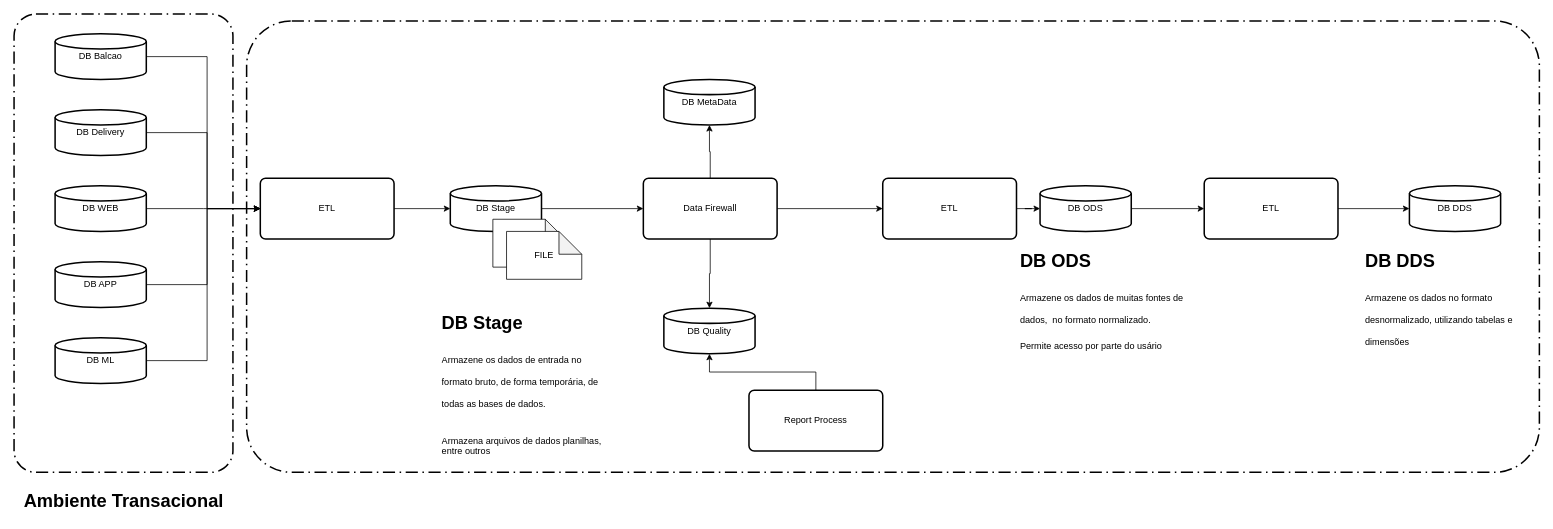
Above: CASES/case1 Data Warehousing.drawio in phCaldas08/diagrams_dw (draw.io), before the change. Source tidied: cells renumbered, new cells numbered last; positions are measured from the earlier drawing's top-left corner, leaving out a move shared by most shapes. Both pictures are drawn from the tidied source at 76%, with x=0, y=0 at pixel (14, 14).
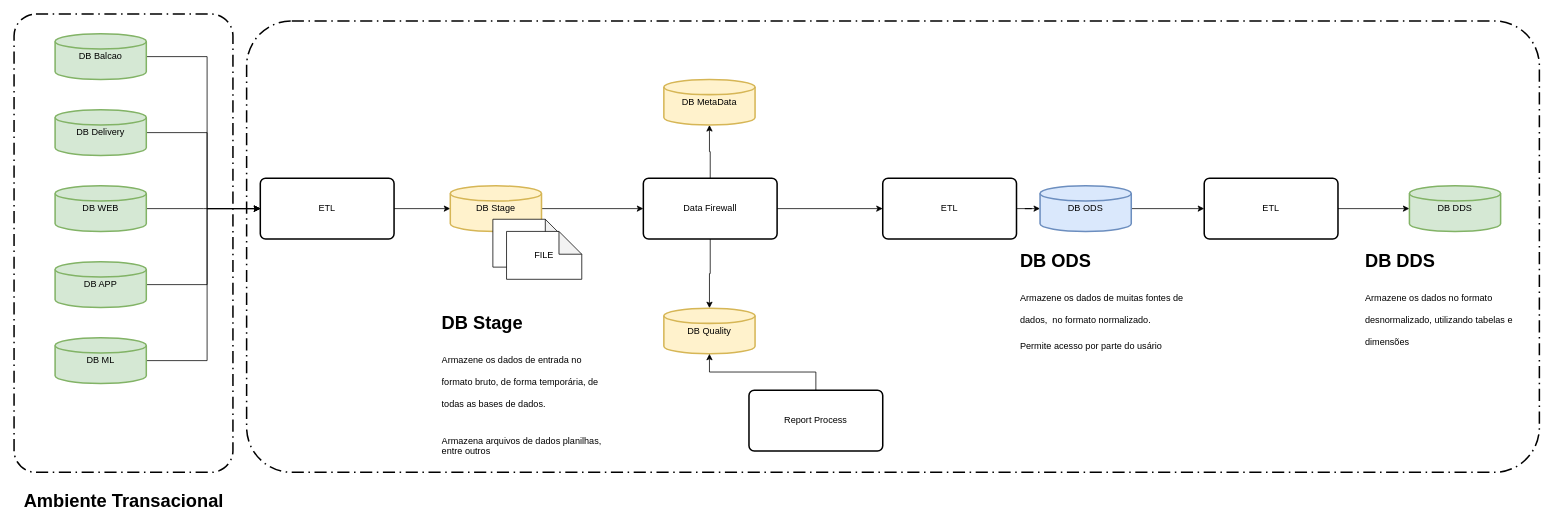
The same page after the edit.

Diff of the diagram source:
```diff
@@
+    <mxCell id="28" style="rounded=1;arcSize=10;dashed=1;strokeColor=#000000;fillColor=none;gradientColor=none;dashPattern=8 3 1 3;strokeWidth=2;" parent="1" vertex="1">
+      <mxGeometry width="288" height="603" as="geometry" />
+    </mxCell>
@@
-    <mxCell id="4" value="DB Balcao" style="strokeWidth=2;html=1;shape=mxgraph.flowchart.database;whiteSpace=wrap;" parent="1" vertex="1">
+    <mxCell id="4" value="DB Balcao" style="strokeWidth=2;html=1;shape=mxgraph.flowchart.database;whiteSpace=wrap;fillColor=#d5e8d4;strokeColor=#82b366;" parent="1" vertex="1">
       <mxGeometry x="54" y="26" width="120" height="60" as="geometry" />
     </mxCell>
@@
-    <mxCell id="6" value="DB Delivery" style="strokeWidth=2;html=1;shape=mxgraph.flowchart.database;whiteSpace=wrap;" parent="1" vertex="1">
+    <mxCell id="6" value="DB Delivery" style="strokeWidth=2;html=1;shape=mxgraph.flowchart.database;whiteSpace=wrap;fillColor=#d5e8d4;strokeColor=#82b366;" parent="1" vertex="1">
       <mxGeometry x="54" y="126" width="120" height="60" as="geometry" />
     </mxCell>
@@
-    <mxCell id="8" value="DB WEB" style="strokeWidth=2;html=1;shape=mxgraph.flowchart.database;whiteSpace=wrap;" parent="1" vertex="1">
+    <mxCell id="8" value="DB WEB" style="strokeWidth=2;html=1;shape=mxgraph.flowchart.database;whiteSpace=wrap;fillColor=#d5e8d4;strokeColor=#82b366;" parent="1" vertex="1">
       <mxGeometry x="54" y="226" width="120" height="60" as="geometry" />
     </mxCell>
@@
-    <mxCell id="10" value="DB APP" style="strokeWidth=2;html=1;shape=mxgraph.flowchart.database;whiteSpace=wrap;" parent="1" vertex="1">
+    <mxCell id="10" value="DB APP" style="strokeWidth=2;html=1;shape=mxgraph.flowchart.database;whiteSpace=wrap;fillColor=#d5e8d4;strokeColor=#82b366;" parent="1" vertex="1">
       <mxGeometry x="54" y="326" width="120" height="60" as="geometry" />
     </mxCell>
@@
-    <mxCell id="12" value="DB ML" style="strokeWidth=2;html=1;shape=mxgraph.flowchart.database;whiteSpace=wrap;" parent="1" vertex="1">
+    <mxCell id="12" value="DB ML" style="strokeWidth=2;html=1;shape=mxgraph.flowchart.database;whiteSpace=wrap;fillColor=#d5e8d4;strokeColor=#82b366;" parent="1" vertex="1">
       <mxGeometry x="54" y="426" width="120" height="60" as="geometry" />
     </mxCell>
@@
-    <mxCell id="16" value="DB Stage" style="strokeWidth=2;html=1;shape=mxgraph.flowchart.database;whiteSpace=wrap;" parent="1" vertex="1">
+    <mxCell id="16" value="DB Stage" style="strokeWidth=2;html=1;shape=mxgraph.flowchart.database;whiteSpace=wrap;fillColor=#fff2cc;strokeColor=#d6b656;" parent="1" vertex="1">
       <mxGeometry x="574" y="226" width="120" height="60" as="geometry" />
     </mxCell>
@@
-    <mxCell id="20" value="DB ODS" style="strokeWidth=2;html=1;shape=mxgraph.flowchart.database;whiteSpace=wrap;" parent="1" vertex="1">
+    <mxCell id="20" value="DB ODS" style="strokeWidth=2;html=1;shape=mxgraph.flowchart.database;whiteSpace=wrap;fillColor=#dae8fc;strokeColor=#6c8ebf;" parent="1" vertex="1">
       <mxGeometry x="1350" y="226" width="120" height="60" as="geometry" />
     </mxCell>
@@
-    <mxCell id="23" value="DB DDS" style="strokeWidth=2;html=1;shape=mxgraph.flowchart.database;whiteSpace=wrap;" parent="1" vertex="1">
+    <mxCell id="23" value="DB DDS" style="strokeWidth=2;html=1;shape=mxgraph.flowchart.database;whiteSpace=wrap;fillColor=#d5e8d4;strokeColor=#82b366;" parent="1" vertex="1">
       <mxGeometry x="1836" y="226" width="120" height="60" as="geometry" />
     </mxCell>
@@
-    <mxCell id="28" style="rounded=1;arcSize=10;dashed=1;strokeColor=#000000;fillColor=none;gradientColor=none;dashPattern=8 3 1 3;strokeWidth=2;" parent="1" vertex="1">
-      <mxGeometry width="288" height="603" as="geometry" />
-    </mxCell>
@@
-    <mxCell id="34" value="DB MetaData" style="strokeWidth=2;html=1;shape=mxgraph.flowchart.database;whiteSpace=wrap;" parent="1" vertex="1">
+    <mxCell id="34" value="DB MetaData" style="strokeWidth=2;html=1;shape=mxgraph.flowchart.database;whiteSpace=wrap;fillColor=#fff2cc;strokeColor=#d6b656;" parent="1" vertex="1">
       <mxGeometry x="855" y="86" width="120" height="60" as="geometry" />
     </mxCell>
-    <mxCell id="35" value="DB Quality" style="strokeWidth=2;html=1;shape=mxgraph.flowchart.database;whiteSpace=wrap;" parent="1" vertex="1">
+    <mxCell id="35" value="DB Quality" style="strokeWidth=2;html=1;shape=mxgraph.flowchart.database;whiteSpace=wrap;fillColor=#fff2cc;strokeColor=#d6b656;" parent="1" vertex="1">
       <mxGeometry x="855" y="387" width="120" height="60" as="geometry" />
     </mxCell>
```
